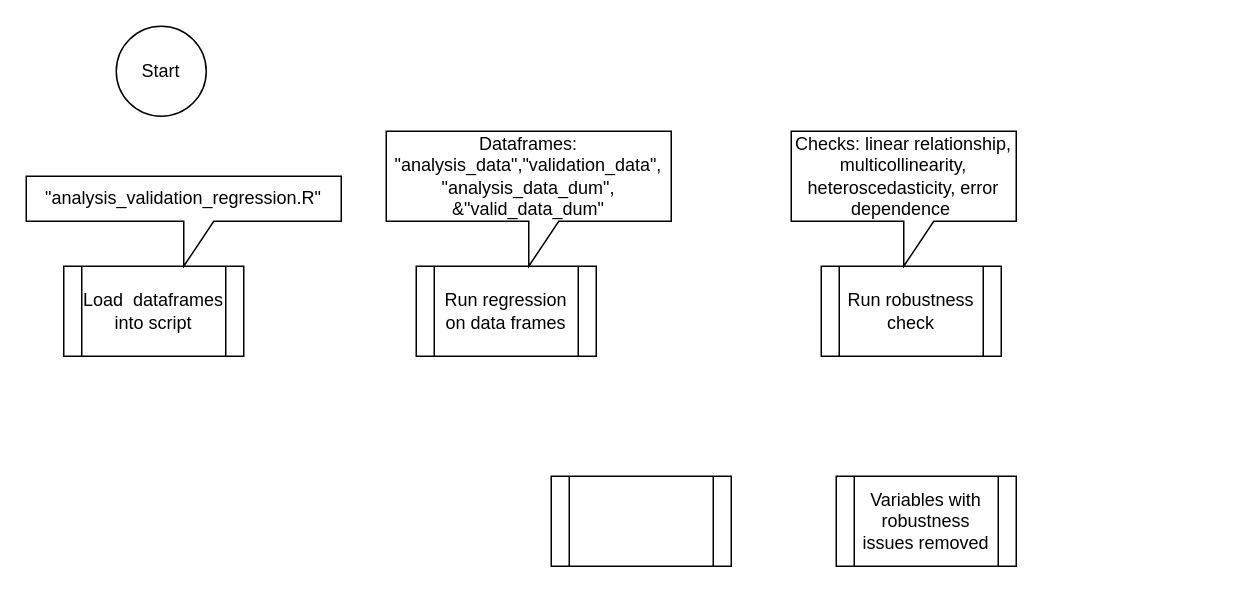
cnagbim/Data-Management-Final-Project-Agbim keeps this draw.io diagram as writing_literature_present/Regression_workflow_final_proj.drawio. Above is the earlier version. Source tidied: cells renumbered, new cells numbered last; positions are measured from the earlier drawing's top-left corner, leaving out a move shared by most shapes. Both pictures are drawn from the tidied source at 150%, with x=0, y=0 at pixel (26, 26).
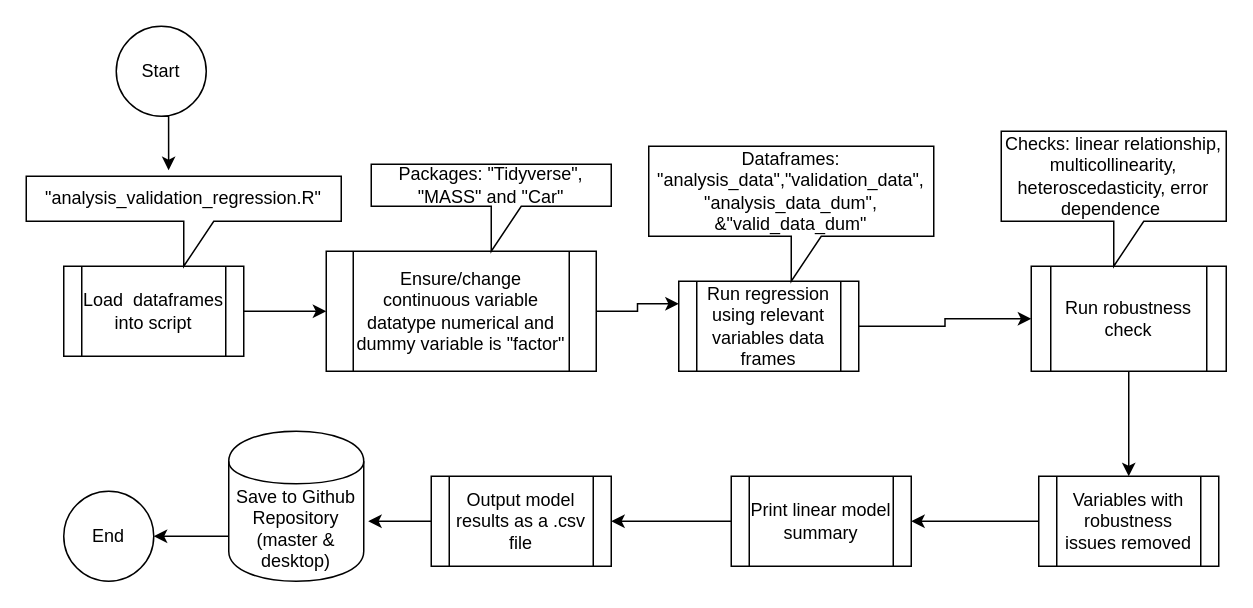
Above is the later version.

Unchanged cells that the change refers to:
```xml
<mxCell id="2" value="Start" style="ellipse;whiteSpace=wrap;html=1;" parent="1" vertex="1">
  <mxGeometry x="60" width="60" height="60" as="geometry" />
</mxCell>
<mxCell id="3" value="Load&amp;nbsp; dataframes into script" style="shape=process;whiteSpace=wrap;html=1;backgroundOutline=1;" parent="1" vertex="1">
  <mxGeometry x="25" y="160" width="120" height="60" as="geometry" />
</mxCell>
<mxCell id="4" value="&quot;analysis_validation_regression.R&quot;" style="shape=callout;whiteSpace=wrap;html=1;perimeter=calloutPerimeter;" parent="1" vertex="1">
  <mxGeometry y="100" width="210" height="60" as="geometry" />
</mxCell>
```

Diff of the diagram source:
```diff
@@
+    <mxCell id="11" style="edgeStyle=orthogonalEdgeStyle;rounded=0;jettySize=auto;html=1;exitX=0.5;exitY=1;exitDx=0;exitDy=0;entryX=0.452;entryY=-0.067;entryDx=0;entryDy=0;entryPerimeter=0;" parent="1" edge="1" source="2" target="4">
+      <mxGeometry relative="1" as="geometry" />
+    </mxCell>
@@
+    <mxCell id="12" style="edgeStyle=orthogonalEdgeStyle;rounded=0;jettySize=auto;html=1;exitX=1;exitY=0.5;exitDx=0;exitDy=0;entryX=0;entryY=0.5;entryDx=0;entryDy=0;" parent="1" edge="1" source="3" target="18">
+      <mxGeometry relative="1" as="geometry" />
+    </mxCell>
@@
+    <mxCell id="13" style="edgeStyle=orthogonalEdgeStyle;rounded=0;jettySize=auto;html=1;exitX=1;exitY=0.5;exitDx=0;exitDy=0;entryX=0;entryY=0.5;entryDx=0;entryDy=0;" parent="1" edge="1" source="5" target="7">
+      <mxGeometry relative="1" as="geometry" />
+    </mxCell>
-    <mxCell id="5" value="Run regression on data frames" style="shape=process;whiteSpace=wrap;html=1;backgroundOutline=1;" parent="1" vertex="1">
-      <mxGeometry x="260" y="160" width="120" height="60" as="geometry" />
+    <mxCell id="5" value="Run regression using relevant variables data frames" style="shape=process;whiteSpace=wrap;html=1;backgroundOutline=1;" parent="1" vertex="1">
+      <mxGeometry x="435" y="170" width="120" height="60" as="geometry" />
     </mxCell>
     <mxCell id="6" value="Dataframes: &quot;analysis_data&quot;,&quot;validation_data&quot;,&lt;br&gt;&quot;analysis_data_dum&quot;, &amp;amp;&quot;valid_data_dum&quot;&lt;br&gt;" style="shape=callout;whiteSpace=wrap;html=1;perimeter=calloutPerimeter;" parent="1" vertex="1">
-      <mxGeometry x="240" y="70" width="190" height="90" as="geometry" />
+      <mxGeometry x="415" y="80" width="190" height="90" as="geometry" />
     </mxCell>
+    <mxCell id="14" style="edgeStyle=orthogonalEdgeStyle;rounded=0;jettySize=auto;html=1;exitX=0.5;exitY=1;exitDx=0;exitDy=0;entryX=0.5;entryY=0;entryDx=0;entryDy=0;" parent="1" edge="1" source="7" target="9">
+      <mxGeometry relative="1" as="geometry" />
+    </mxCell>
     <mxCell id="7" value="Run robustness check" style="shape=process;whiteSpace=wrap;html=1;backgroundOutline=1;" parent="1" vertex="1">
-      <mxGeometry x="530" y="160" width="120" height="60" as="geometry" />
+      <mxGeometry x="670" y="160" width="130" height="70" as="geometry" />
     </mxCell>
     <mxCell id="8" value="&lt;span&gt;Checks: linear relationship, multicollinearity, heteroscedasticity, error dependence&amp;nbsp;&lt;/span&gt;" style="shape=callout;whiteSpace=wrap;html=1;perimeter=calloutPerimeter;" parent="1" vertex="1">
-      <mxGeometry x="510" y="70" width="150" height="90" as="geometry" />
+      <mxGeometry x="650" y="70" width="150" height="90" as="geometry" />
     </mxCell>
+    <mxCell id="15" style="edgeStyle=orthogonalEdgeStyle;rounded=0;jettySize=auto;html=1;exitX=0;exitY=0.5;exitDx=0;exitDy=0;entryX=1;entryY=0.5;entryDx=0;entryDy=0;" parent="1" edge="1" source="9" target="10">
+      <mxGeometry relative="1" as="geometry" />
+    </mxCell>
     <mxCell id="9" value="Variables with robustness issues removed" style="shape=process;whiteSpace=wrap;html=1;backgroundOutline=1;" parent="1" vertex="1">
-      <mxGeometry x="540" y="300" width="120" height="60" as="geometry" />
+      <mxGeometry x="675" y="300" width="120" height="60" as="geometry" />
     </mxCell>
+    <mxCell id="16" style="edgeStyle=orthogonalEdgeStyle;rounded=0;jettySize=auto;html=1;exitX=0;exitY=0.5;exitDx=0;exitDy=0;" parent="1" edge="1" source="10" target="23">
+      <mxGeometry relative="1" as="geometry" />
+    </mxCell>
-    <mxCell id="10" style="shape=process;whiteSpace=wrap;html=1;backgroundOutline=1;" parent="1" vertex="1">
-      <mxGeometry x="350" y="300" width="120" height="60" as="geometry" />
+    <mxCell id="10" value="Print linear model summary" style="shape=process;whiteSpace=wrap;html=1;backgroundOutline=1;" parent="1" vertex="1">
+      <mxGeometry x="470" y="300" width="120" height="60" as="geometry" />
     </mxCell>
+    <mxCell id="17" style="edgeStyle=orthogonalEdgeStyle;rounded=0;jettySize=auto;html=1;exitX=1;exitY=0.5;exitDx=0;exitDy=0;entryX=0;entryY=0.25;entryDx=0;entryDy=0;" parent="1" edge="1" source="18" target="5">
+      <mxGeometry relative="1" as="geometry" />
+    </mxCell>
+    <mxCell id="18" value="Ensure/change continuous variable datatype numerical and dummy variable is &quot;factor&quot;" style="shape=process;whiteSpace=wrap;html=1;backgroundOutline=1;" parent="1" vertex="1">
+      <mxGeometry x="200" y="150" width="180" height="80" as="geometry" />
+    </mxCell>
+    <mxCell id="19" value="End" style="ellipse;whiteSpace=wrap;html=1;" parent="1" vertex="1">
+      <mxGeometry x="25" y="310" width="60" height="60" as="geometry" />
+    </mxCell>
+    <mxCell id="20" style="edgeStyle=orthogonalEdgeStyle;rounded=0;jettySize=auto;html=1;exitX=0;exitY=0.7;exitDx=0;exitDy=0;entryX=1;entryY=0.5;entryDx=0;entryDy=0;" parent="1" edge="1" source="21" target="19">
+      <mxGeometry relative="1" as="geometry" />
+    </mxCell>
+    <mxCell id="21" value="Save to Github Repository (master &amp;amp; desktop)" style="shape=cylinder;whiteSpace=wrap;html=1;boundedLbl=1;backgroundOutline=1;" parent="1" vertex="1">
+      <mxGeometry x="135" y="270" width="90" height="100" as="geometry" />
+    </mxCell>
+    <mxCell id="22" style="edgeStyle=orthogonalEdgeStyle;rounded=0;jettySize=auto;html=1;exitX=0;exitY=0.5;exitDx=0;exitDy=0;entryX=1.033;entryY=0.6;entryDx=0;entryDy=0;entryPerimeter=0;" parent="1" edge="1" source="23" target="21">
+      <mxGeometry relative="1" as="geometry" />
+    </mxCell>
+    <mxCell id="23" value="Output model results as a .csv file" style="shape=process;whiteSpace=wrap;html=1;backgroundOutline=1;" parent="1" vertex="1">
+      <mxGeometry x="270" y="300" width="120" height="60" as="geometry" />
+    </mxCell>
+    <mxCell id="24" value="Packages: &quot;Tidyverse&quot;, &quot;MASS&quot; and &quot;Car&quot;" style="shape=callout;whiteSpace=wrap;html=1;perimeter=calloutPerimeter;" parent="1" vertex="1">
+      <mxGeometry x="230" y="92" width="160" height="58" as="geometry" />
+    </mxCell>
```
